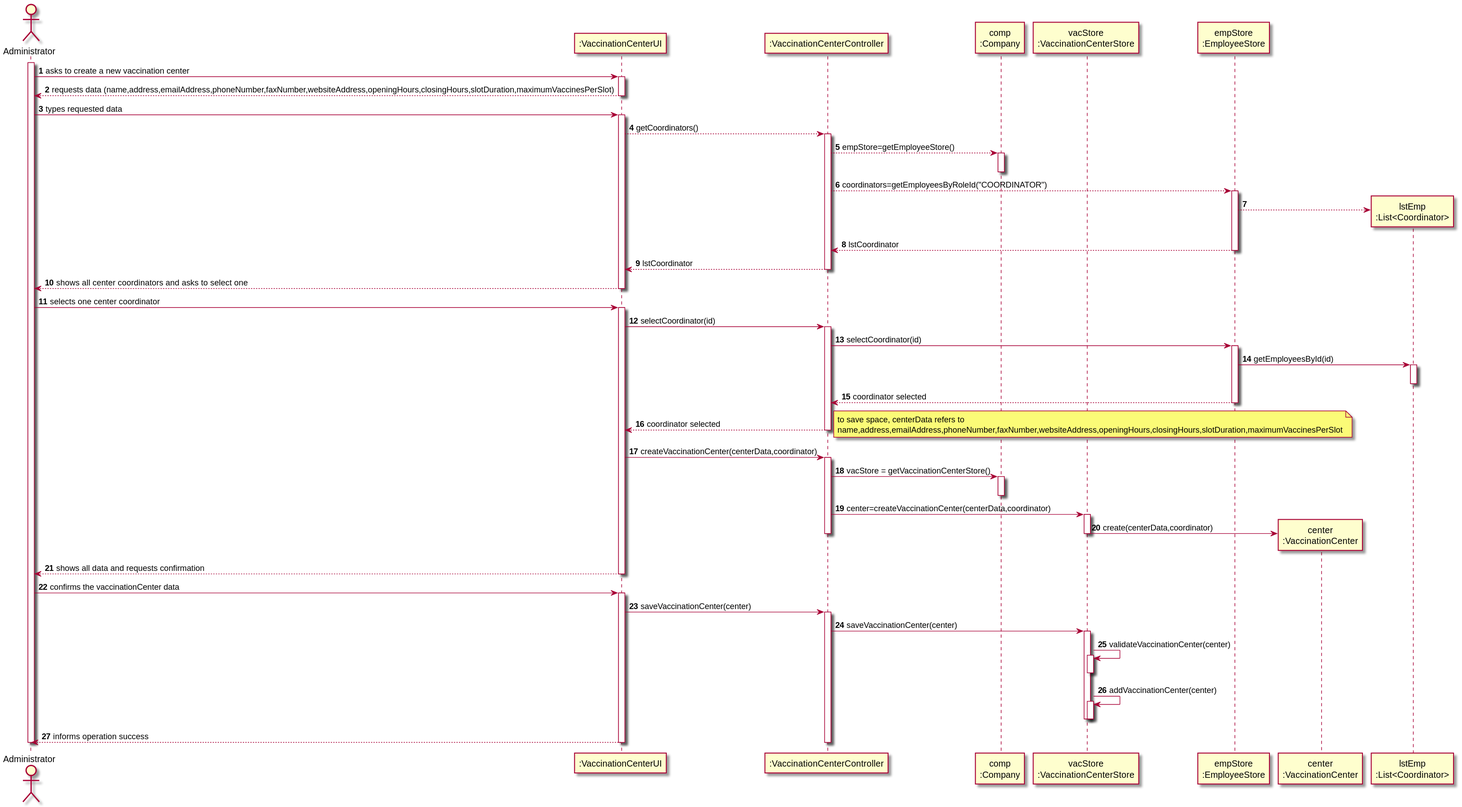
Before: docs/SprintB/US09/SD/US09_SD.svg, a diagram exported from PlantUML (miseEnPlace-i/lapr2).
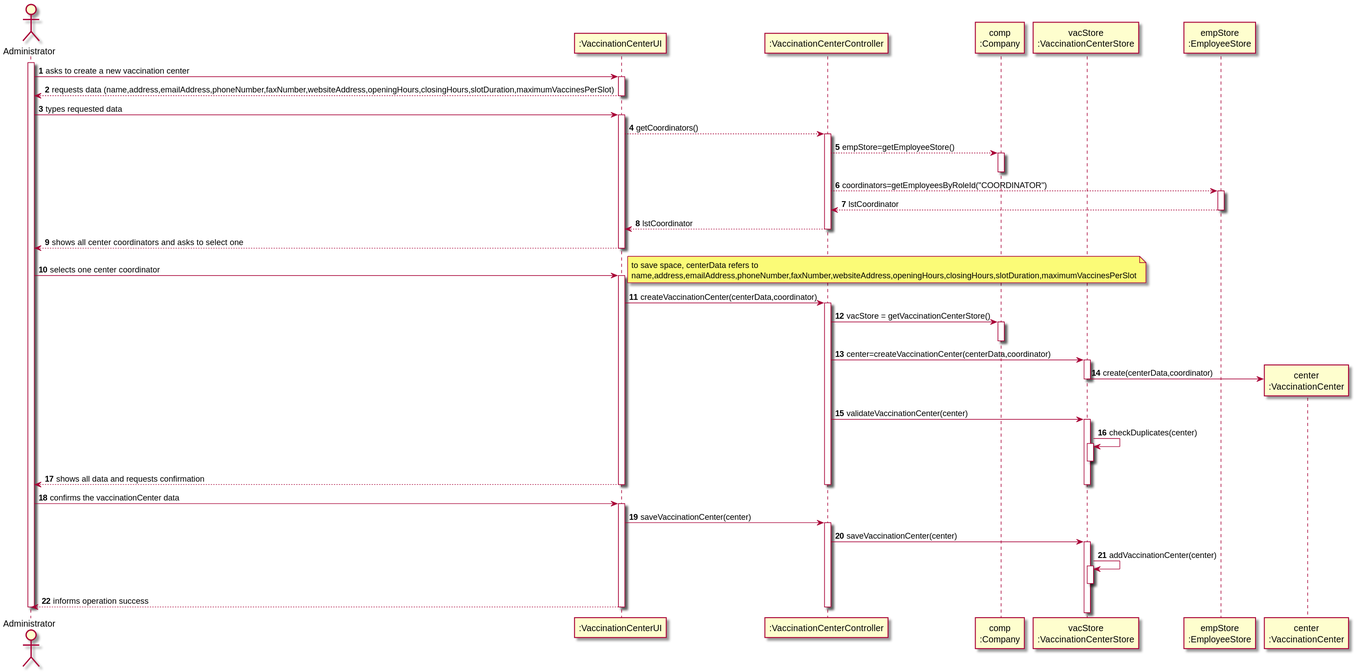
The same diagram one commit later.

Change to the diagram source:
```diff
@@ -8,7 +8,6 @@
 participant "vacStore\n:VaccinationCenterStore" as VACSTORE
 participant "empStore\n:EmployeeStore" as EMPSTORE
 participant "center\n:VaccinationCenter" as CENTER
-participant "lstEmp\n:List<Coordinator>" as LSTEMP
 
 activate ADM
 ADM -> UI : asks to create a new vaccination center
@@ -30,7 +29,6 @@
 CTRL --> EMPSTORE : coordinators=getEmployeesByRoleId("COORDINATOR")
 activate EMPSTORE
 
-EMPSTORE --> LSTEMP**
 EMPSTORE --> CTRL : lstCoordinator
 deactivate EMPSTORE
 
@@ -42,22 +40,6 @@
 
 ADM -> UI : selects one center coordinator
 activate UI
-
-UI -> CTRL : selectCoordinator(id)
-activate CTRL
-
-CTRL -> EMPSTORE: selectCoordinator(id)
-activate EMPSTORE
-
-EMPSTORE -> LSTEMP: getEmployeesById(id)
-activate LSTEMP
-deactivate LSTEMP
-
-EMPSTORE --> CTRL : coordinator selected
-deactivate EMPSTORE
-
-CTRL --> UI : coordinator selected
-deactivate CTRL
 
 note right
     to save space, centerData refers to
@@ -77,7 +59,12 @@
 VACSTORE -> CENTER** : create(centerData,coordinator)
 deactivate VACSTORE
 
-deactivate CTRL
+CTRL -> VACSTORE : validateVaccinationCenter(center)
+activate VACSTORE
+
+VACSTORE -> VACSTORE : checkDuplicates(center)
+activate VACSTORE
+deactivate VACSTORE
 
 UI --> ADM: shows all data and requests confirmation
 deactivate VACSTORE
@@ -92,9 +79,7 @@
 CTRL -> VACSTORE : saveVaccinationCenter(center)
 activate VACSTORE
 
-VACSTORE -> VACSTORE : validateVaccinationCenter(center)
-activate VACSTORE
-deactivate VACSTORE
+
 
 VACSTORE -> VACSTORE : addVaccinationCenter(center)
 activate VACSTORE
```
